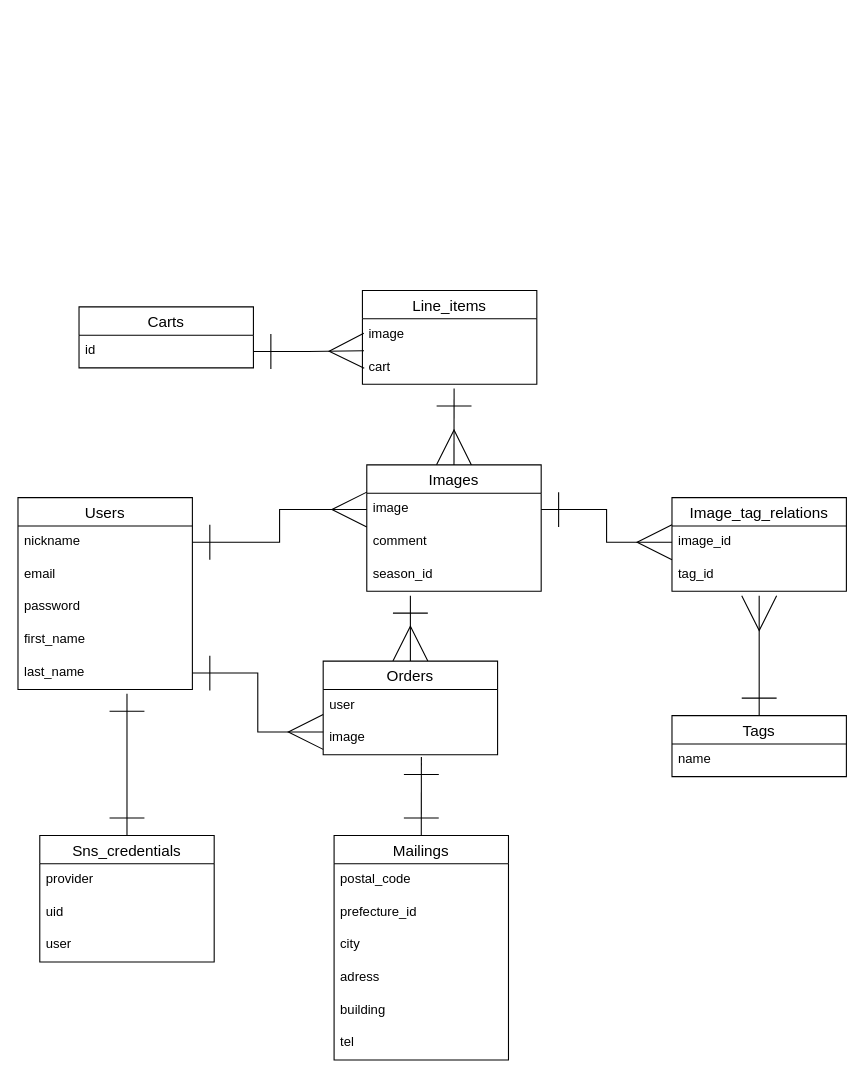
Before: imagecal.dio in phy-homa/imagecal, a draw.io diagram. Source tidied: cells renumbered, new cells numbered last; positions are measured from the earlier drawing's top-left corner, leaving out a move shared by most shapes. Both pictures are drawn from the tidied source at 109%, with x=0, y=0 at pixel (17, 290).
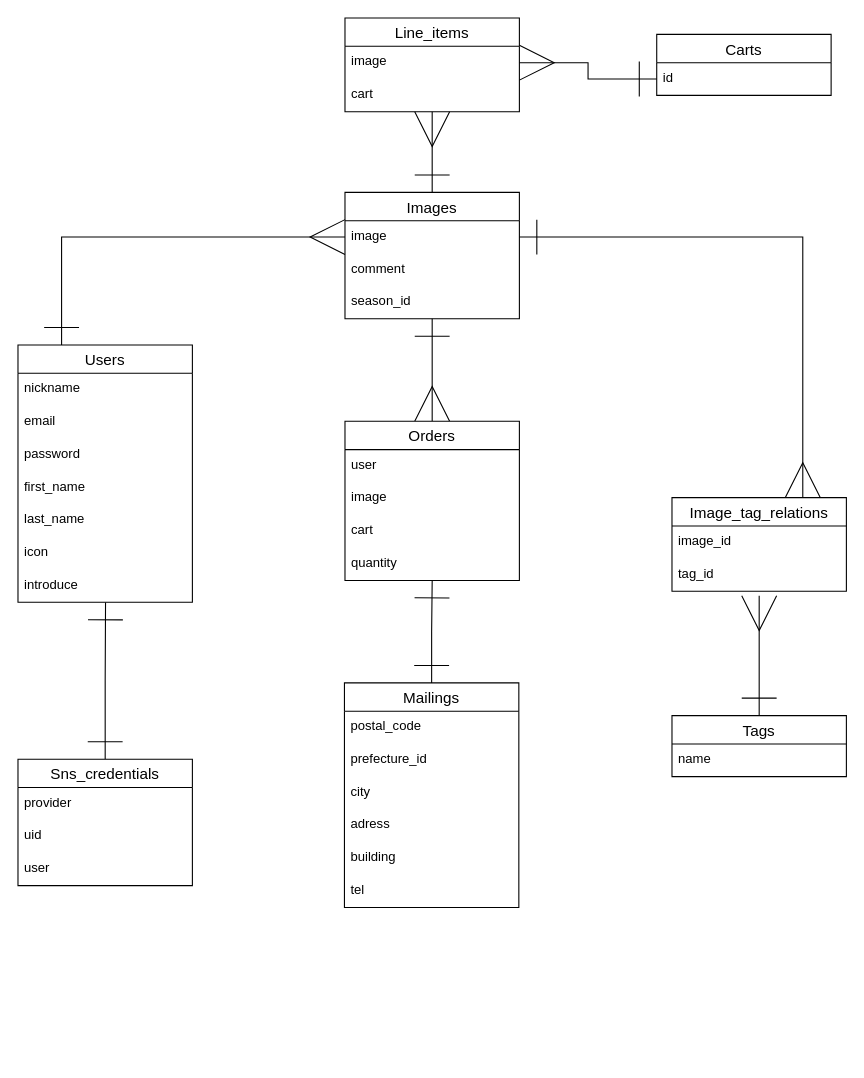
The same diagram, later.

The change refers to these unchanged cells:
```xml
<mxCell id="3" value="nickname" style="text;strokeColor=none;fillColor=none;spacingLeft=4;spacingRight=4;overflow=hidden;points=[[0,0.5],[1,0.5]];portConstraint=eastwest;fontSize=12;" parent="2" vertex="1">
  <mxGeometry y="26" width="160" height="30" as="geometry" />
</mxCell>
<mxCell id="7" value="last_name" style="text;strokeColor=none;fillColor=none;spacingLeft=4;spacingRight=4;overflow=hidden;points=[[0,0.5],[1,0.5]];portConstraint=eastwest;fontSize=12;" parent="2" vertex="1">
  <mxGeometry y="146" width="160" height="30" as="geometry" />
</mxCell>
<mxCell id="10" value="image" style="text;strokeColor=none;fillColor=none;spacingLeft=4;spacingRight=4;overflow=hidden;points=[[0,0.5],[1,0.5]];portConstraint=eastwest;fontSize=12;" parent="9" vertex="1">
  <mxGeometry y="26" width="160" height="30" as="geometry" />
</mxCell>
<mxCell id="16" value="image" style="text;strokeColor=none;fillColor=none;spacingLeft=4;spacingRight=4;overflow=hidden;points=[[0,0.5],[1,0.5]];portConstraint=eastwest;fontSize=12;" parent="14" vertex="1">
  <mxGeometry y="56" width="160" height="30" as="geometry" />
</mxCell>
<mxCell id="30" value="Image_tag_relations" style="swimlane;fontStyle=0;horizontal=1;startSize=26;align=center;fontSize=14;" parent="1" vertex="1">
  <mxGeometry x="600" y="190" width="160" height="86" as="geometry" />
</mxCell>
<mxCell id="31" value="image_id" style="text;strokeColor=none;fillColor=none;spacingLeft=4;spacingRight=4;overflow=hidden;points=[[0,0.5],[1,0.5]];portConstraint=eastwest;fontSize=12;" parent="30" vertex="1">
  <mxGeometry y="26" width="160" height="30" as="geometry" />
</mxCell>
<mxCell id="40" value="image" style="text;strokeColor=none;fillColor=none;spacingLeft=4;spacingRight=4;overflow=hidden;points=[[0,0.5],[1,0.5]];portConstraint=eastwest;fontSize=12;" parent="39" vertex="1">
  <mxGeometry y="26" width="160" height="30" as="geometry" />
</mxCell>
<mxCell id="41" value="cart" style="text;strokeColor=none;fillColor=none;spacingLeft=4;spacingRight=4;overflow=hidden;points=[[0,0.5],[1,0.5]];portConstraint=eastwest;fontSize=12;" parent="39" vertex="1">
  <mxGeometry y="56" width="160" height="30" as="geometry" />
</mxCell>
<mxCell id="43" value="id" style="text;strokeColor=none;fillColor=none;spacingLeft=4;spacingRight=4;overflow=hidden;points=[[0,0.5],[1,0.5]];portConstraint=eastwest;fontSize=12;" parent="42" vertex="1">
  <mxGeometry y="26" width="160" height="30" as="geometry" />
</mxCell>
```

Change to the diagram source:
```diff
@@
     <mxCell id="2" value="Users" style="swimlane;fontStyle=0;horizontal=1;startSize=26;align=center;fontSize=14;" parent="1" vertex="1">
-      <mxGeometry y="190" width="160" height="176" as="geometry" />
+      <mxGeometry y="50" width="160" height="236" as="geometry" />
     </mxCell>
@@
-    <mxCell id="8" style="edgeStyle=orthogonalEdgeStyle;rounded=0;jettySize=auto;html=1;exitX=0.5;exitY=0;exitDx=0;exitDy=0;endArrow=ERone;endFill=0;startSize=30;endSize=30;startArrow=ERmany;startFill=0;" parent="1" edge="1" source="9">
-      <mxGeometry relative="1" as="geometry">
-        <mxPoint x="400.1" y="90" as="targetPoint" />
-      </mxGeometry>
-    </mxCell>
+    <mxCell id="45" value="icon" style="text;strokeColor=none;fillColor=none;spacingLeft=4;spacingRight=4;overflow=hidden;fontSize=12;" parent="2" vertex="1">
+      <mxGeometry y="176" width="160" height="30" as="geometry" />
+    </mxCell>
+    <mxCell id="46" value="introduce" style="text;strokeColor=none;fillColor=none;spacingLeft=4;spacingRight=4;overflow=hidden;points=[[0,0.5],[1,0.5]];portConstraint=eastwest;fontSize=12;" parent="2" vertex="1">
+      <mxGeometry y="206" width="160" height="30" as="geometry" />
+    </mxCell>
+    <mxCell id="47" style="edgeStyle=orthogonalEdgeStyle;rounded=0;jettySize=auto;html=1;startArrow=ERone;startFill=0;endArrow=ERmany;endFill=0;startSize=30;endSize=30;entryX=0.5;entryY=1;entryDx=0;entryDy=0;" parent="1" edge="1" source="9" target="39">
+      <mxGeometry relative="1" as="geometry" />
+    </mxCell>
     <mxCell id="9" value="Images" style="swimlane;fontStyle=0;horizontal=1;startSize=26;align=center;fontSize=14;" parent="1" vertex="1">
-      <mxGeometry x="320" y="160" width="160" height="116" as="geometry" />
+      <mxGeometry x="300" y="-90" width="160" height="116" as="geometry" />
     </mxCell>
@@
-    <mxCell id="13" style="edgeStyle=orthogonalEdgeStyle;rounded=0;jettySize=auto;html=1;startArrow=ERmany;startFill=0;endArrow=ERone;endFill=0;startSize=30;endSize=30;" parent="1" edge="1" source="14">
-      <mxGeometry relative="1" as="geometry">
-        <mxPoint x="360" y="280" as="targetPoint" />
-      </mxGeometry>
-    </mxCell>
+    <mxCell id="48" style="edgeStyle=orthogonalEdgeStyle;rounded=0;jettySize=auto;html=1;entryX=0.5;entryY=1;entryDx=0;entryDy=0;startArrow=ERmany;startFill=0;endArrow=ERone;endFill=0;startSize=30;endSize=30;" parent="1" edge="1" source="14" target="9">
+      <mxGeometry relative="1" as="geometry" />
+    </mxCell>
     <mxCell id="14" value="Orders" style="swimlane;fontStyle=0;horizontal=1;startSize=26;align=center;fontSize=14;" parent="1" vertex="1">
-      <mxGeometry x="280" y="340" width="160" height="86" as="geometry" />
+      <mxGeometry x="300" y="120" width="160" height="146" as="geometry" />
     </mxCell>
@@
-    <mxCell id="17" style="edgeStyle=orthogonalEdgeStyle;rounded=0;jettySize=auto;html=1;exitX=0.5;exitY=0;exitDx=0;exitDy=0;entryX=0.563;entryY=1.067;entryDx=0;entryDy=0;entryPerimeter=0;startArrow=ERone;startFill=0;endArrow=ERone;endFill=0;startSize=30;endSize=30;" parent="1" edge="1" source="18" target="16">
-      <mxGeometry relative="1" as="geometry" />
-    </mxCell>
+    <mxCell id="49" value="cart&#10;" style="text;strokeColor=none;fillColor=none;spacingLeft=4;spacingRight=4;overflow=hidden;fontSize=12;" parent="14" vertex="1">
+      <mxGeometry y="86" width="160" height="30" as="geometry" />
+    </mxCell>
+    <mxCell id="50" value="quantity" style="text;strokeColor=none;fillColor=none;spacingLeft=4;spacingRight=4;overflow=hidden;fontSize=12;" parent="14" vertex="1">
+      <mxGeometry y="116" width="160" height="30" as="geometry" />
+    </mxCell>
+    <mxCell id="51" style="edgeStyle=orthogonalEdgeStyle;rounded=0;jettySize=auto;html=1;entryX=0.5;entryY=1;entryDx=0;entryDy=0;startArrow=ERone;startFill=0;endArrow=ERone;endFill=0;startSize=30;endSize=30;" parent="1" edge="1" source="18" target="14">
+      <mxGeometry relative="1" as="geometry" />
+    </mxCell>
     <mxCell id="18" value="Mailings" style="swimlane;fontStyle=0;horizontal=1;startSize=26;align=center;fontSize=14;" parent="1" vertex="1">
-      <mxGeometry x="290" y="500" width="160" height="206" as="geometry" />
+      <mxGeometry x="299.5" y="360" width="160" height="206" as="geometry" />
     </mxCell>
@@
-    <mxCell id="25" style="edgeStyle=orthogonalEdgeStyle;rounded=0;jettySize=auto;html=1;exitX=1;exitY=0.5;exitDx=0;exitDy=0;entryX=0;entryY=0.5;entryDx=0;entryDy=0;endArrow=ERmany;endFill=0;startSize=30;startArrow=ERone;startFill=0;endSize=30;" parent="1" edge="1" source="3" target="10">
+    <mxCell id="25" style="edgeStyle=orthogonalEdgeStyle;rounded=0;jettySize=auto;html=1;exitX=0.25;exitY=0;exitDx=0;exitDy=0;entryX=0;entryY=0.5;entryDx=0;entryDy=0;endArrow=ERmany;endFill=0;startSize=30;startArrow=ERone;startFill=0;endSize=30;" parent="1" edge="1" source="2" target="10">
       <mxGeometry relative="1" as="geometry" />
     </mxCell>
-    <mxCell id="26" style="edgeStyle=orthogonalEdgeStyle;rounded=0;jettySize=auto;html=1;exitX=1;exitY=0.5;exitDx=0;exitDy=0;entryX=0;entryY=0.3;entryDx=0;entryDy=0;entryPerimeter=0;startArrow=ERone;startFill=0;endArrow=ERmany;endFill=0;startSize=30;endSize=30;" parent="1" edge="1" source="7" target="16">
-      <mxGeometry relative="1" as="geometry" />
-    </mxCell>
@@
-    <mxCell id="33" style="edgeStyle=orthogonalEdgeStyle;rounded=0;jettySize=auto;html=1;exitX=1;exitY=0.5;exitDx=0;exitDy=0;startArrow=ERone;startFill=0;endArrow=ERmany;endFill=0;startSize=30;endSize=30;" parent="1" edge="1" source="10" target="31">
+    <mxCell id="33" style="edgeStyle=orthogonalEdgeStyle;rounded=0;jettySize=auto;html=1;exitX=1;exitY=0.5;exitDx=0;exitDy=0;startArrow=ERone;startFill=0;endArrow=ERmany;endFill=0;startSize=30;endSize=30;entryX=0.75;entryY=0;entryDx=0;entryDy=0;" parent="1" edge="1" source="10" target="30">
       <mxGeometry relative="1" as="geometry" />
     </mxCell>
-    <mxCell id="34" style="edgeStyle=orthogonalEdgeStyle;rounded=0;jettySize=auto;html=1;exitX=0.5;exitY=0;exitDx=0;exitDy=0;endSize=30;startSize=30;endArrow=ERone;endFill=0;startArrow=ERone;startFill=0;" parent="1" edge="1" source="35">
-      <mxGeometry relative="1" as="geometry">
-        <mxPoint x="100" y="370" as="targetPoint" />
-      </mxGeometry>
-    </mxCell>
+    <mxCell id="52" style="edgeStyle=orthogonalEdgeStyle;rounded=0;jettySize=auto;html=1;startArrow=ERone;startFill=0;endArrow=ERone;endFill=0;startSize=30;endSize=30;entryX=0.502;entryY=1.005;entryDx=0;entryDy=0;entryPerimeter=0;" parent="1" edge="1" source="35" target="46">
+      <mxGeometry relative="1" as="geometry" />
+    </mxCell>
     <mxCell id="35" value="Sns_credentials" style="swimlane;fontStyle=0;horizontal=1;startSize=26;align=center;fontSize=14;" parent="1" vertex="1">
-      <mxGeometry x="20" y="500" width="160" height="116" as="geometry" />
+      <mxGeometry y="430" width="160" height="116" as="geometry" />
     </mxCell>
@@
     <mxCell id="39" value="Line_items" style="swimlane;fontStyle=0;horizontal=1;startSize=26;align=center;fontSize=14;" parent="1" vertex="1">
-      <mxGeometry x="316" width="160" height="86" as="geometry" />
+      <mxGeometry x="300" y="-250" width="160" height="86" as="geometry" />
     </mxCell>
@@
     <mxCell id="42" value="Carts" style="swimlane;fontStyle=0;horizontal=1;startSize=26;align=center;fontSize=14;" parent="1" vertex="1">
-      <mxGeometry x="56" y="15" width="160" height="56" as="geometry" />
+      <mxGeometry x="586" y="-235" width="160" height="56" as="geometry" />
     </mxCell>
@@
-    <mxCell id="44" style="edgeStyle=orthogonalEdgeStyle;rounded=0;jettySize=auto;html=1;entryX=0.009;entryY=-0.024;entryDx=0;entryDy=0;entryPerimeter=0;endSize=30;endArrow=ERmany;endFill=0;startSize=30;startArrow=ERone;startFill=0;" parent="1" edge="1" source="43" target="41">
-      <mxGeometry relative="1" as="geometry">
-        <Array as="points">
-          <mxPoint x="266" y="56" />
-          <mxPoint x="266" y="55" />
-        </Array>
-      </mxGeometry>
-    </mxCell>
+    <mxCell id="8" style="edgeStyle=orthogonalEdgeStyle;rounded=0;jettySize=auto;html=1;exitX=1;exitY=0.5;exitDx=0;exitDy=0;endArrow=ERone;endFill=0;entryX=0;entryY=0.5;entryDx=0;entryDy=0;endSize=30;startSize=30;startArrow=ERmany;startFill=0;" parent="1" edge="1" source="40" target="43">
+      <mxGeometry relative="1" as="geometry" />
+    </mxCell>
```
